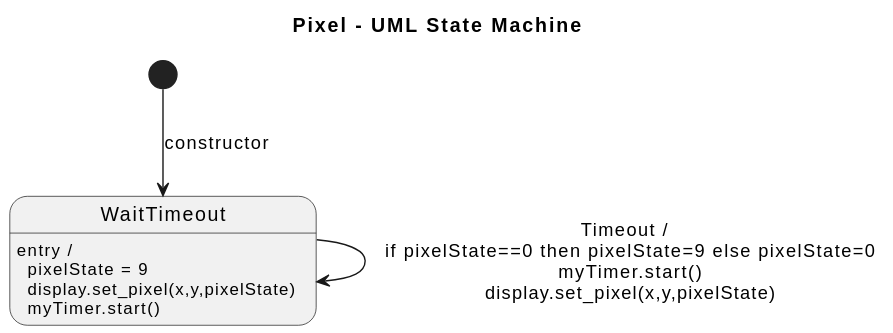
The PlantUML diagram src/assets/pixelStateMachine.svg in juanferfranco/interactivos1-2026-10, before a commit. Source of this version:
```plantuml
@startuml
title Pixel - UML State Machine

[*] --> WaitTimeout :   constructor
state WaitTimeout {
}

WaitTimeout : entry /\n  pixelState = 9\n  display.set_pixel(x,y,pixelState)\n  myTimer.start()

WaitTimeout --> WaitTimeout : Timeout /\n  if pixelState==0 then pixelState=9 else pixelState=0\n  myTimer.start()\n  display.set_pixel(x,y,pixelState)
@enduml
```
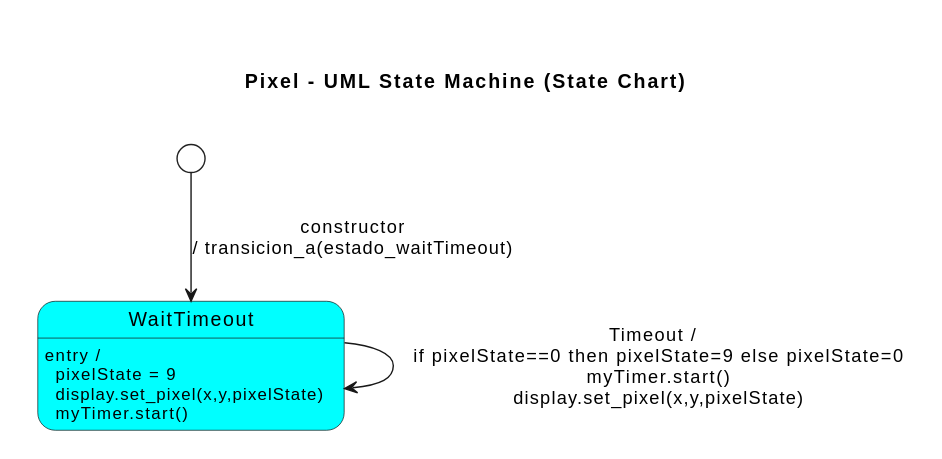
After the commit.

Commit message:
Add support for local plantUML

What changed in the source:
```diff
@@ -1,7 +1,24 @@
 @startuml
-title Pixel - UML State Machine
+<style>
 
-[*] --> WaitTimeout :   constructor
+document {
+  Margin 20
+  Padding 10
+}
+
+stateDiagram {
+  BackgroundColor white
+    state {
+        BackgroundColor aqua
+    }
+}
+</style>
+
+
+title Pixel - UML State Machine (State Chart)
+
+[*] --> WaitTimeout : constructor\n/ transicion_a(estado_waitTimeout)
+
 state WaitTimeout {
 }
 
```
